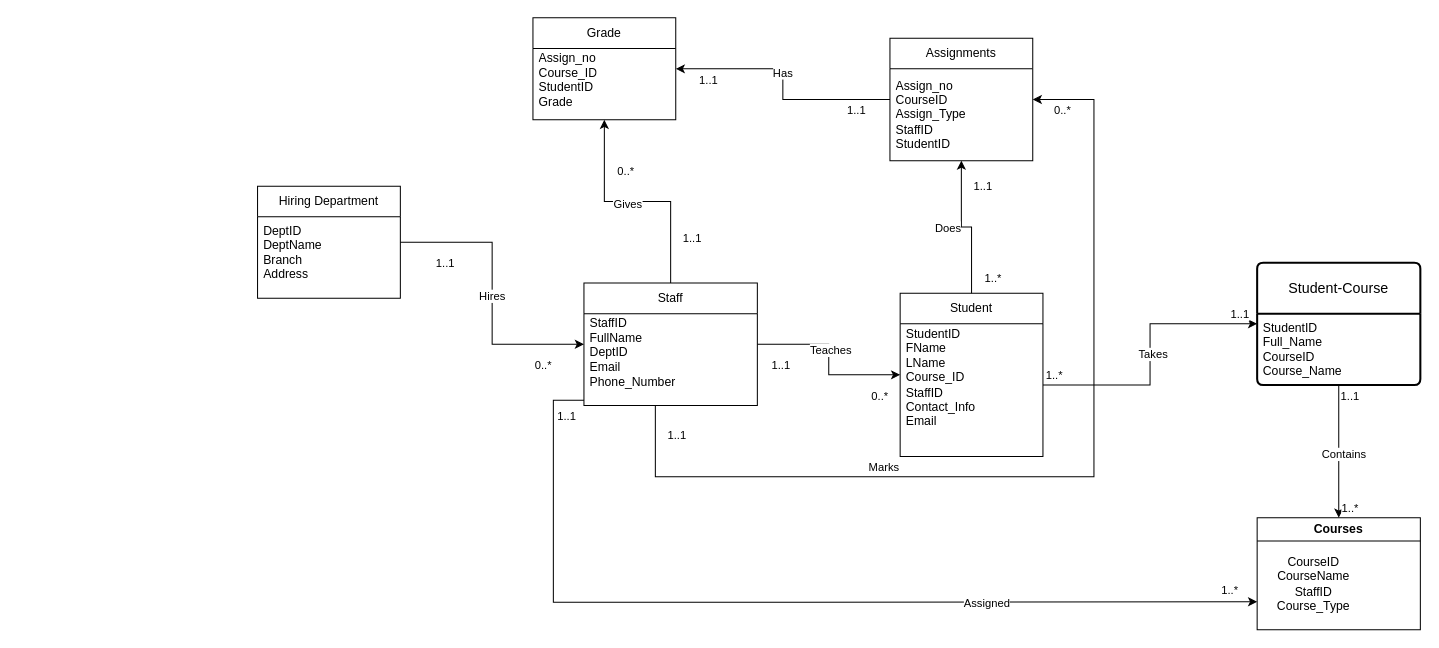
CaptainCaswell/CIS270-GroupProject keeps this draw.io diagram as EduConnect .drawio. Above is the earlier version. Source tidied: cells renumbered, new cells numbered last; positions are measured from the earlier drawing's top-left corner, leaving out a move shared by most shapes. Both pictures are drawn from the tidied source at 102%, with x=0, y=0 at pixel (257, 17).
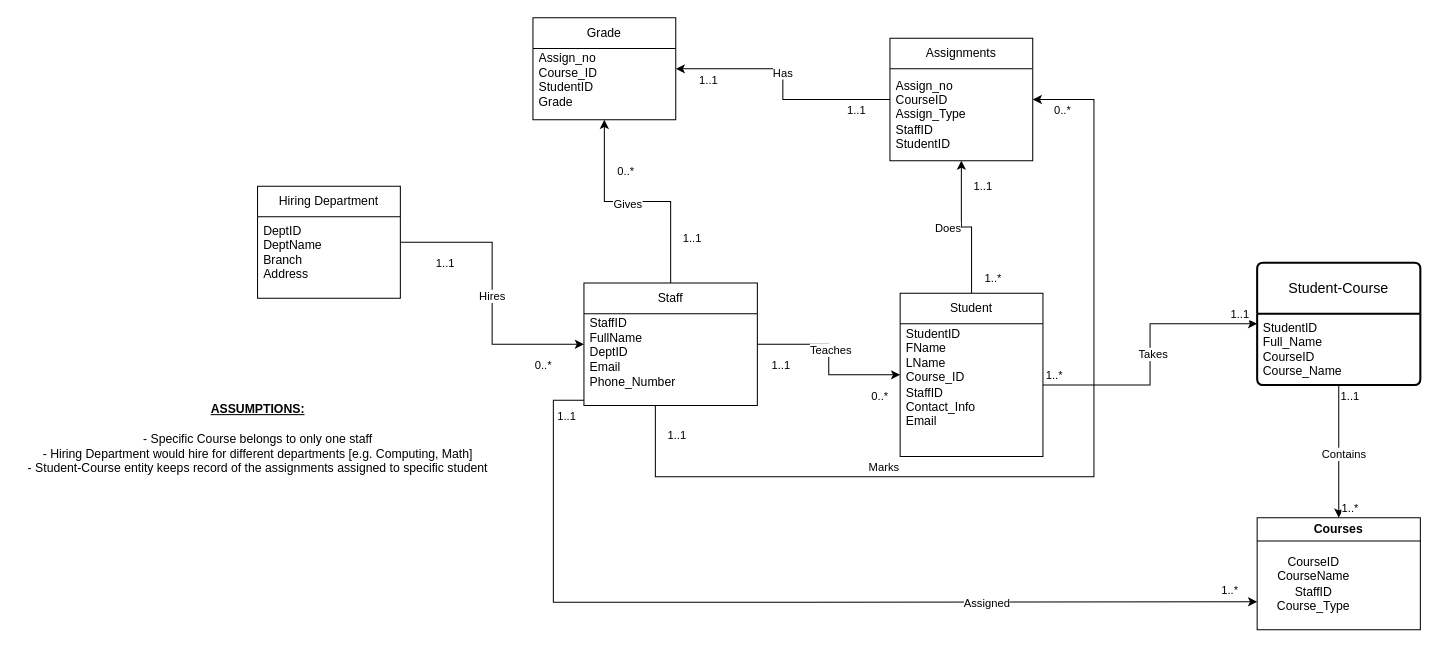
After the change.

What changed in the source:
```diff
@@
+    <mxCell id="60" value="&lt;b&gt;&lt;u&gt;ASSUMPTIONS:&lt;/u&gt;&lt;/b&gt;&lt;div&gt;&lt;b&gt;&lt;u&gt;&lt;br&gt;&lt;/u&gt;&lt;/b&gt;&lt;div&gt;- Specific Course belongs to only one staff&lt;/div&gt;&lt;div&gt;- Hiring Department would hire for different departments [e.g. Computing, Math]&lt;/div&gt;&lt;/div&gt;&lt;div&gt;- Student-Course entity keeps record of the assignments assigned to specific student&lt;/div&gt;&lt;div&gt;&lt;br&gt;&lt;/div&gt;" style="text;html=1;align=center;verticalAlign=middle;strokeColor=none;fillColor=none;" parent="1" vertex="1">
+      <mxGeometry x="-235" y="370" width="470" height="100" as="geometry" />
+    </mxCell>
```
